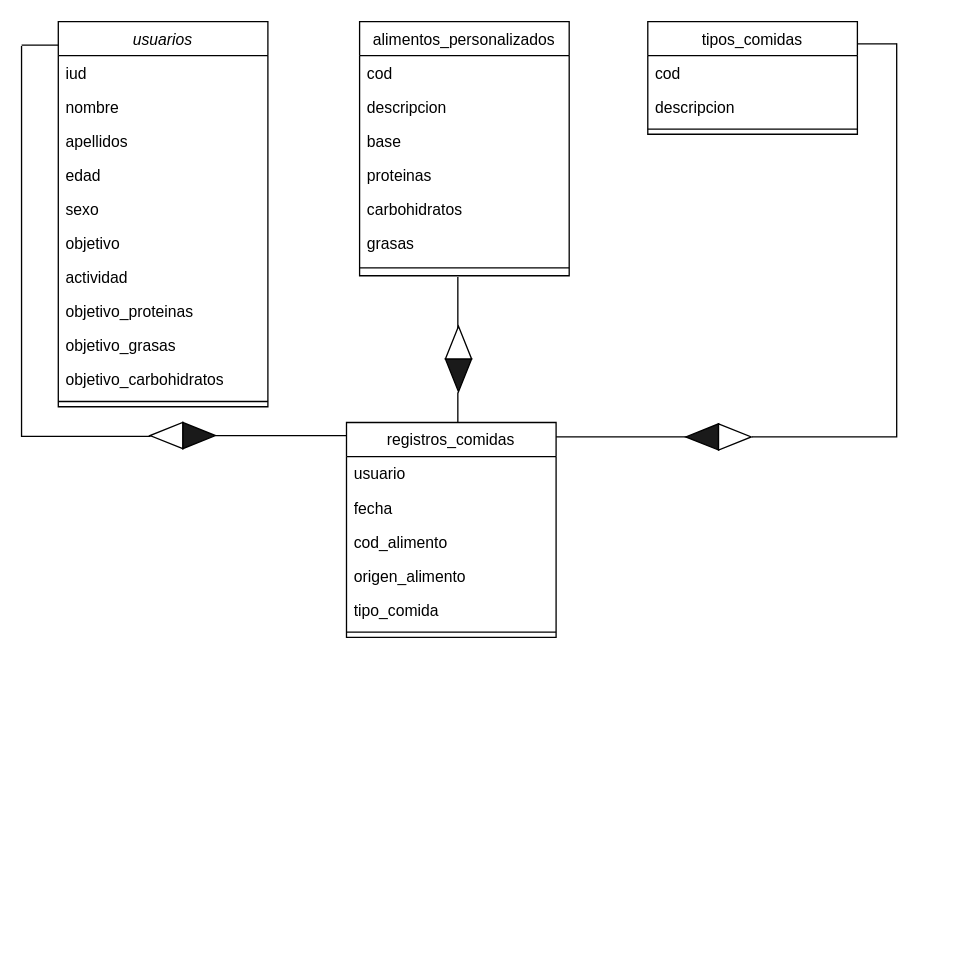
The draw.io diagram docs/Diagrama_entidad_relacion.drawio in yoadiaval/kcalcontrol, before the edit. Source tidied: cells renumbered, new cells numbered last; positions are measured from the earlier drawing's top-left corner, leaving out a move shared by most shapes. Both pictures are drawn from the tidied source at 131%, with x=0, y=0 at pixel (-110, 21).
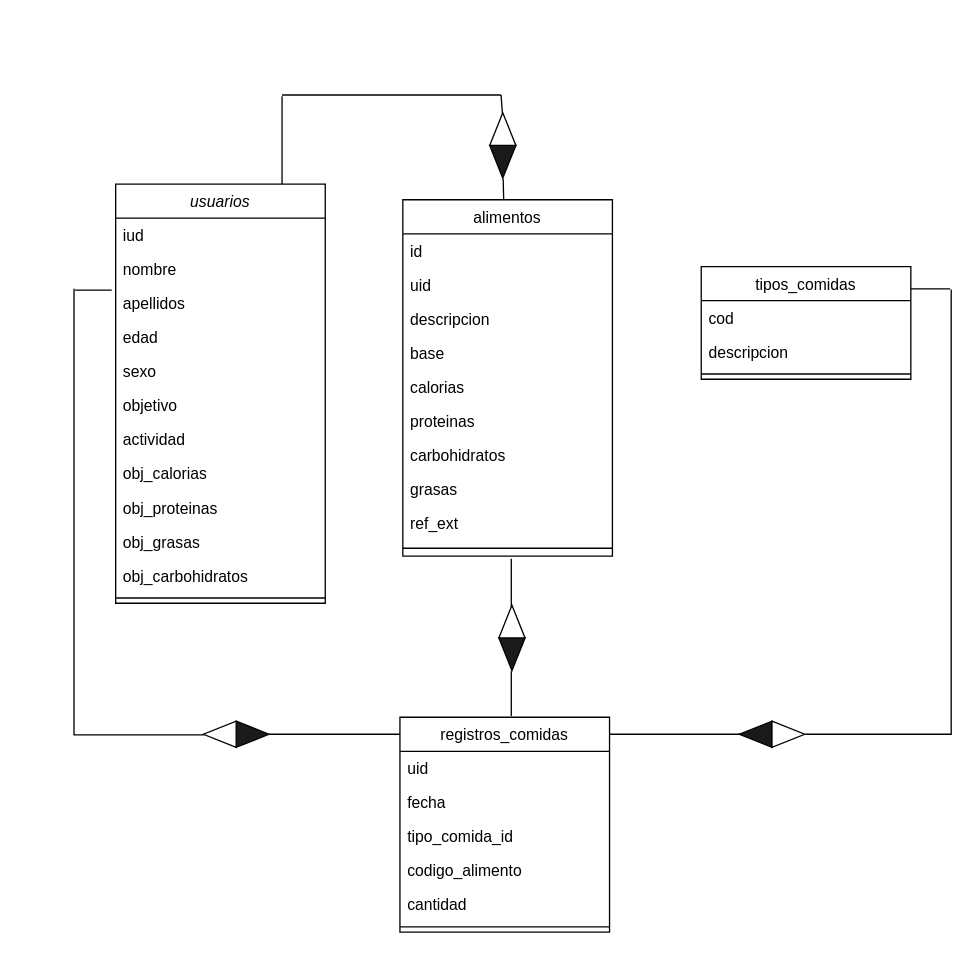
Above is the later version.

What changed in the source:
```diff
@@
     <mxCell id="2" value="usuarios" style="swimlane;fontStyle=2;align=center;verticalAlign=top;horizontal=1;startSize=26;rounded=0;shadow=0;strokeWidth=1;" parent="1" vertex="1">
-      <mxGeometry x="128" width="160" height="294" as="geometry" />
+      <mxGeometry x="171.8" y="124" width="160" height="320" as="geometry" />
     </mxCell>
@@
+    <mxCell id="50" value="obj_calorias" style="text;align=left;verticalAlign=top;spacingLeft=4;spacingRight=4;overflow=hidden;rounded=0;shadow=0;html=0;" parent="2" vertex="1">
+      <mxGeometry y="208" width="160" height="26" as="geometry" />
+    </mxCell>
-    <mxCell id="10" value="objetivo_proteinas" style="text;align=left;verticalAlign=top;spacingLeft=4;spacingRight=4;overflow=hidden;rounded=0;shadow=0;html=0;" parent="2" vertex="1">
-      <mxGeometry y="208" width="160" height="26" as="geometry" />
+    <mxCell id="10" value="obj_proteinas" style="text;align=left;verticalAlign=top;spacingLeft=4;spacingRight=4;overflow=hidden;rounded=0;shadow=0;html=0;" parent="2" vertex="1">
+      <mxGeometry y="234" width="160" height="26" as="geometry" />
     </mxCell>
-    <mxCell id="11" value="objetivo_grasas" style="text;align=left;verticalAlign=top;spacingLeft=4;spacingRight=4;overflow=hidden;rounded=0;shadow=0;html=0;" parent="2" vertex="1">
-      <mxGeometry y="234" width="160" height="26" as="geometry" />
+    <mxCell id="11" value="obj_grasas" style="text;align=left;verticalAlign=top;spacingLeft=4;spacingRight=4;overflow=hidden;rounded=0;shadow=0;html=0;" parent="2" vertex="1">
+      <mxGeometry y="260" width="160" height="26" as="geometry" />
     </mxCell>
-    <mxCell id="12" value="objetivo_carbohidratos" style="text;align=left;verticalAlign=top;spacingLeft=4;spacingRight=4;overflow=hidden;rounded=0;shadow=0;html=0;" parent="2" vertex="1">
-      <mxGeometry y="260" width="160" height="26" as="geometry" />
+    <mxCell id="12" value="obj_carbohidratos" style="text;align=left;verticalAlign=top;spacingLeft=4;spacingRight=4;overflow=hidden;rounded=0;shadow=0;html=0;" parent="2" vertex="1">
+      <mxGeometry y="286" width="160" height="26" as="geometry" />
     </mxCell>
     <mxCell id="13" style="line;html=1;strokeWidth=1;align=left;verticalAlign=middle;spacingTop=-1;spacingLeft=3;spacingRight=3;labelPosition=right;" parent="2" vertex="1">
-      <mxGeometry y="286" width="160" height="8" as="geometry" />
+      <mxGeometry y="312" width="160" height="8" as="geometry" />
     </mxCell>
-    <mxCell id="14" value="alimentos_personalizados" style="swimlane;fontStyle=0;align=center;verticalAlign=top;horizontal=1;startSize=26;rounded=0;shadow=0;strokeWidth=1;" parent="1" vertex="1">
-      <mxGeometry x="358" width="160" height="194" as="geometry" />
+    <mxCell id="14" value="alimentos" style="swimlane;fontStyle=0;align=center;verticalAlign=top;horizontal=1;startSize=26;rounded=0;shadow=0;strokeWidth=1;" parent="1" vertex="1">
+      <mxGeometry x="391" y="136" width="160" height="272" as="geometry" />
     </mxCell>
-    <mxCell id="15" value="cod" style="text;align=left;verticalAlign=top;spacingLeft=4;spacingRight=4;overflow=hidden;" parent="14" vertex="1">
+    <mxCell id="15" value="id" style="text;align=left;verticalAlign=top;spacingLeft=4;spacingRight=4;overflow=hidden;" parent="14" vertex="1">
       <mxGeometry y="26" width="160" height="26" as="geometry" />
     </mxCell>
+    <mxCell id="51" value="uid" style="text;align=left;verticalAlign=top;spacingLeft=4;spacingRight=4;overflow=hidden;" parent="14" vertex="1">
+      <mxGeometry y="52" width="160" height="26" as="geometry" />
+    </mxCell>
     <mxCell id="16" value="descripcion" style="text;align=left;verticalAlign=top;spacingLeft=4;spacingRight=4;overflow=hidden;rounded=0;shadow=0;html=0;" parent="14" vertex="1">
-      <mxGeometry y="52" width="160" height="26" as="geometry" />
+      <mxGeometry y="78" width="160" height="26" as="geometry" />
     </mxCell>
     <mxCell id="17" value="base" style="text;align=left;verticalAlign=top;spacingLeft=4;spacingRight=4;overflow=hidden;rounded=0;shadow=0;html=0;" parent="14" vertex="1">
-      <mxGeometry y="78" width="160" height="26" as="geometry" />
+      <mxGeometry y="104" width="160" height="26" as="geometry" />
     </mxCell>
+    <mxCell id="52" value="calorias" style="text;align=left;verticalAlign=top;spacingLeft=4;spacingRight=4;overflow=hidden;rounded=0;shadow=0;html=0;" parent="14" vertex="1">
+      <mxGeometry y="130" width="160" height="26" as="geometry" />
+    </mxCell>
     <mxCell id="18" value="proteinas" style="text;align=left;verticalAlign=top;spacingLeft=4;spacingRight=4;overflow=hidden;rounded=0;shadow=0;html=0;" parent="14" vertex="1">
-      <mxGeometry y="104" width="160" height="26" as="geometry" />
+      <mxGeometry y="156" width="160" height="26" as="geometry" />
     </mxCell>
     <mxCell id="19" value="carbohidratos" style="text;align=left;verticalAlign=top;spacingLeft=4;spacingRight=4;overflow=hidden;rounded=0;shadow=0;html=0;" parent="14" vertex="1">
-      <mxGeometry y="130" width="160" height="26" as="geometry" />
+      <mxGeometry y="182" width="160" height="26" as="geometry" />
     </mxCell>
     <mxCell id="20" value="grasas" style="text;align=left;verticalAlign=top;spacingLeft=4;spacingRight=4;overflow=hidden;rounded=0;shadow=0;html=0;" parent="14" vertex="1">
-      <mxGeometry y="156" width="160" height="26" as="geometry" />
+      <mxGeometry y="208" width="160" height="26" as="geometry" />
     </mxCell>
+    <mxCell id="53" value="ref_ext" style="text;align=left;verticalAlign=top;spacingLeft=4;spacingRight=4;overflow=hidden;rounded=0;shadow=0;html=0;" parent="14" vertex="1">
+      <mxGeometry y="234" width="160" height="26" as="geometry" />
+    </mxCell>
     <mxCell id="21" style="line;html=1;strokeWidth=1;align=left;verticalAlign=middle;spacingTop=-1;spacingLeft=3;spacingRight=3;labelPosition=right;" parent="14" vertex="1">
-      <mxGeometry y="182" width="160" height="12" as="geometry" />
+      <mxGeometry y="260" width="160" height="12" as="geometry" />
     </mxCell>
     <mxCell id="22" value="registros_comidas" style="swimlane;fontStyle=0;align=center;verticalAlign=top;horizontal=1;startSize=26;rounded=0;shadow=0;strokeWidth=1;" parent="1" vertex="1">
-      <mxGeometry x="348" y="306" width="160" height="164" as="geometry" />
+      <mxGeometry x="388.8" y="531" width="160" height="164" as="geometry" />
     </mxCell>
-    <mxCell id="23" value="usuario" style="text;align=left;verticalAlign=top;spacingLeft=4;spacingRight=4;overflow=hidden;" parent="22" vertex="1">
+    <mxCell id="23" value="uid" style="text;align=left;verticalAlign=top;spacingLeft=4;spacingRight=4;overflow=hidden;" parent="22" vertex="1">
       <mxGeometry y="26" width="160" height="26" as="geometry" />
     </mxCell>
@@
-    <mxCell id="25" value="cod_alimento" style="text;align=left;verticalAlign=top;spacingLeft=4;spacingRight=4;overflow=hidden;" parent="22" vertex="1">
+    <mxCell id="25" value="tipo_comida_id" style="text;align=left;verticalAlign=top;spacingLeft=4;spacingRight=4;overflow=hidden;" parent="22" vertex="1">
       <mxGeometry y="78" width="160" height="26" as="geometry" />
     </mxCell>
-    <mxCell id="26" value="origen_alimento" style="text;align=left;verticalAlign=top;spacingLeft=4;spacingRight=4;overflow=hidden;" parent="22" vertex="1">
+    <mxCell id="26" value="codigo_alimento" style="text;align=left;verticalAlign=top;spacingLeft=4;spacingRight=4;overflow=hidden;" parent="22" vertex="1">
       <mxGeometry y="104" width="160" height="26" as="geometry" />
     </mxCell>
-    <mxCell id="27" value="tipo_comida" style="text;align=left;verticalAlign=top;spacingLeft=4;spacingRight=4;overflow=hidden;" parent="22" vertex="1">
-      <mxGeometry y="130" width="160" height="26" as="geometry" />
-    </mxCell>
+    <mxCell id="54" value="cantidad" style="text;align=left;verticalAlign=top;spacingLeft=4;spacingRight=4;overflow=hidden;" parent="22" vertex="1">
+      <mxGeometry y="130" width="160" height="26" as="geometry" />
+    </mxCell>
@@
     <mxCell id="29" value="tipos_comidas" style="swimlane;fontStyle=0;align=center;verticalAlign=top;horizontal=1;startSize=26;rounded=0;shadow=0;strokeWidth=1;" parent="1" vertex="1">
-      <mxGeometry x="578" width="160" height="86" as="geometry" />
+      <mxGeometry x="618.8" y="187" width="160" height="86" as="geometry" />
     </mxCell>
@@
     <mxCell id="33" style="group;" parent="1" vertex="1">
-      <mxGeometry x="198" y="308" width="50" height="20" as="geometry" />
+      <mxGeometry x="238.8" y="536" width="50" height="20" as="geometry" />
     </mxCell>
@@
     <mxCell id="36" style="group;rotation=90;" parent="1" vertex="1">
-      <mxGeometry x="408" y="247" width="50" height="20" as="geometry" />
+      <mxGeometry x="448.8" y="460" width="50" height="20" as="geometry" />
     </mxCell>
@@
     <mxCell id="39" style="group;rotation=-180;" parent="1" vertex="1">
-      <mxGeometry x="607" y="307" width="50" height="20" as="geometry" />
+      <mxGeometry x="647.8" y="534" width="50" height="20" as="geometry" />
     </mxCell>
@@
     <mxCell id="42" style="shape=partialRectangle;whiteSpace=wrap;html=1;bottom=0;right=0;fillColor=none;rotation=-90;" parent="1" vertex="1">
-      <mxGeometry x="0.2" y="118.8" width="297.5" height="98" as="geometry" />
+      <mxGeometry x="19.4" y="325.1" width="340" height="98.8" as="geometry" />
     </mxCell>
     <mxCell id="43" style="shape=partialRectangle;whiteSpace=wrap;html=1;bottom=0;right=0;fillColor=none;rotation=-180;" parent="1" vertex="1">
-      <mxGeometry x="658" y="17" width="110" height="300" as="geometry" />
+      <mxGeometry x="698.8" y="205" width="110.8" height="339" as="geometry" />
     </mxCell>
     <mxCell id="44" style="line;strokeWidth=1;html=1;" parent="1" vertex="1">
-      <mxGeometry x="248" y="311" width="100" height="10" as="geometry" />
+      <mxGeometry x="288.8" y="539" width="100" height="10" as="geometry" />
     </mxCell>
     <mxCell id="45" style="line;strokeWidth=1;html=1;" parent="1" vertex="1">
-      <mxGeometry x="508" y="312" width="100" height="10" as="geometry" />
+      <mxGeometry x="548.8" y="539" width="100" height="10" as="geometry" />
     </mxCell>
     <mxCell id="46" style="line;strokeWidth=1;html=1;" parent="1" vertex="1">
-      <mxGeometry x="100" y="13" width="28" height="10" as="geometry" />
+      <mxGeometry x="140.8" y="200" width="28" height="10" as="geometry" />
     </mxCell>
     <mxCell id="47" style="line;strokeWidth=1;html=1;" parent="1" vertex="1">
-      <mxGeometry x="738" y="12" width="30" height="10" as="geometry" />
+      <mxGeometry x="778.8" y="199" width="30" height="10" as="geometry" />
     </mxCell>
     <mxCell id="48" style="line;strokeWidth=1;direction=south;html=1;" parent="1" vertex="1">
-      <mxGeometry x="428" y="283" width="10" height="23" as="geometry" />
+      <mxGeometry x="468.8" y="496" width="10" height="34" as="geometry" />
     </mxCell>
     <mxCell id="49" style="line;strokeWidth=1;direction=south;html=1;" parent="1" vertex="1">
-      <mxGeometry x="428" y="195" width="10" height="39" as="geometry" />
+      <mxGeometry x="468.8" y="410" width="10" height="37" as="geometry" />
     </mxCell>
+    <mxCell id="55" style="endArrow=none;html=1;rounded=0;" parent="1" edge="1">
+      <mxGeometry relative="1" as="geometry">
+        <mxPoint x="298.8" y="124" as="sourcePoint" />
+        <mxPoint x="298.8" y="57" as="targetPoint" />
+      </mxGeometry>
+    </mxCell>
+    <mxCell id="56" style="endArrow=none;html=1;rounded=0;" parent="1" edge="1">
+      <mxGeometry relative="1" as="geometry">
+        <mxPoint x="298.8" y="56" as="sourcePoint" />
+        <mxPoint x="466" y="56" as="targetPoint" />
+      </mxGeometry>
+    </mxCell>
+    <mxCell id="57" style="group;rotation=90;" parent="1" vertex="1">
+      <mxGeometry x="441.8" y="84" width="50" height="20" as="geometry" />
+    </mxCell>
+    <mxCell id="58" style="triangle;whiteSpace=wrap;html=1;fillColor=#1A1A1A;rotation=90;" parent="57" vertex="1">
+      <mxGeometry x="13" y="13" width="25" height="20" as="geometry" />
+    </mxCell>
+    <mxCell id="59" style="triangle;whiteSpace=wrap;html=1;rotation=-90;" parent="57" vertex="1">
+      <mxGeometry x="13" y="-12" width="25" height="20" as="geometry" />
+    </mxCell>
+    <mxCell id="60" style="endArrow=none;html=1;rounded=0;" parent="1" edge="1">
+      <mxGeometry relative="1" as="geometry">
+        <mxPoint x="467" y="70" as="sourcePoint" />
+        <mxPoint x="466" y="56" as="targetPoint" />
+      </mxGeometry>
+    </mxCell>
+    <mxCell id="61" style="endArrow=none;html=1;rounded=0;" parent="1" edge="1">
+      <mxGeometry relative="1" as="geometry">
+        <mxPoint x="468" y="136" as="sourcePoint" />
+        <mxPoint x="467.6" y="120" as="targetPoint" />
+      </mxGeometry>
+    </mxCell>
```
